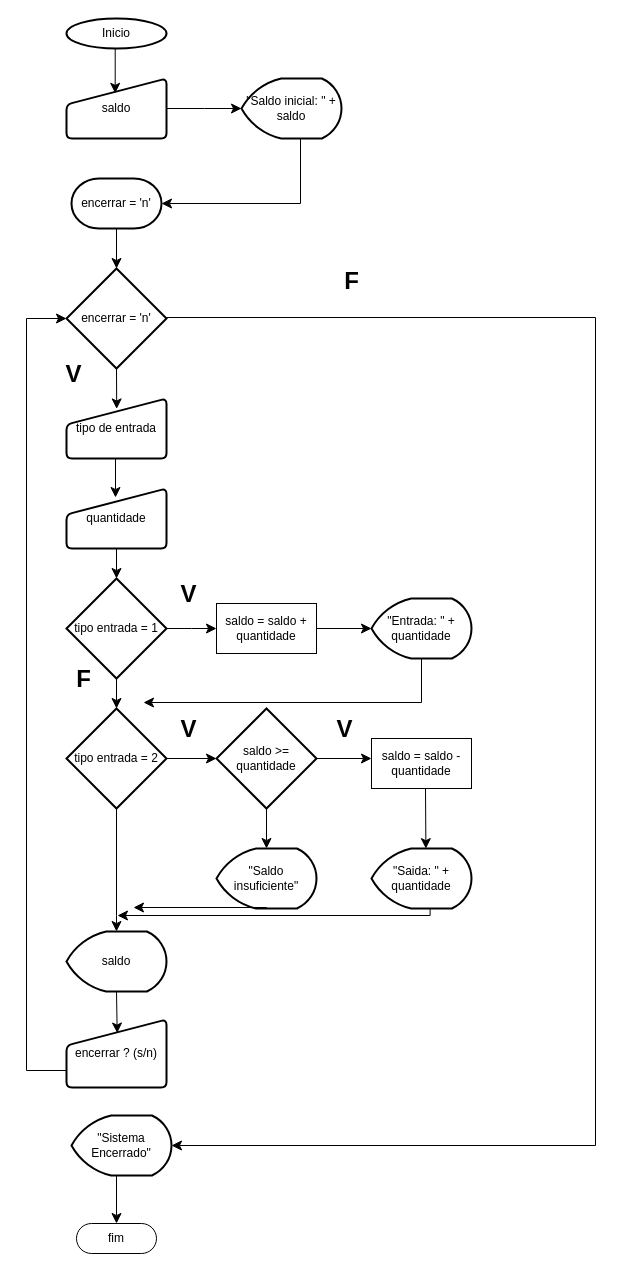
Earlier version of the draw.io diagram Diagrama sem nome.drawio (Guilherme-S-R/NewUpdates). Source tidied: cells renumbered, new cells numbered last; positions are measured from the earlier drawing's top-left corner, leaving out a move shared by most shapes. Both pictures are drawn from the tidied source at 100%, with x=0, y=0 at pixel (16, 18).
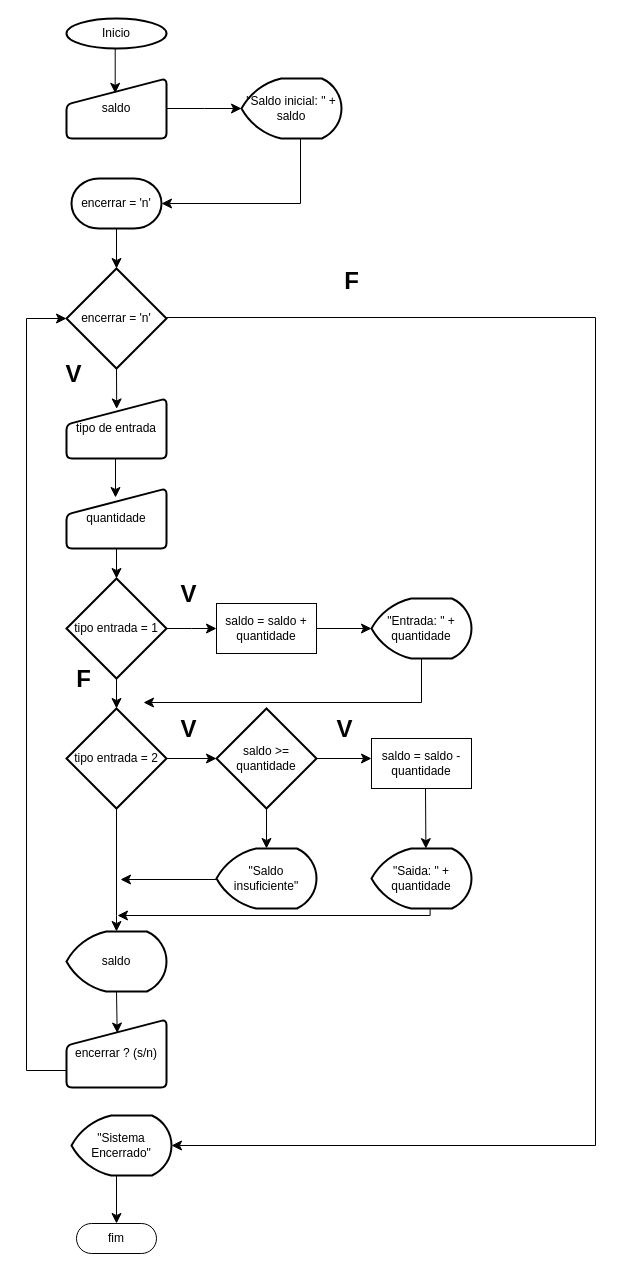
The same diagram, later.

The change refers to these unchanged cells:
```xml
<mxCell id="44" value="&quot;Saldo insuficiente&quot;" style="strokeWidth=2;html=1;shape=mxgraph.flowchart.display;whiteSpace=wrap;" parent="1" vertex="1">
  <mxGeometry x="200" y="830" width="100" height="60" as="geometry" />
</mxCell>
```

Diff of the diagram source:
```diff
@@
-    <mxCell id="46" style="edgeStyle=segmentEdgeStyle;endArrow=classic;html=1;curved=0;rounded=0;endSize=8;startSize=8;exitX=0.5;exitY=1;exitDx=0;exitDy=0;exitPerimeter=0;" parent="1" edge="1" source="44">
+    <mxCell id="46" style="edgeStyle=segmentEdgeStyle;endArrow=classic;html=1;curved=0;rounded=0;endSize=8;startSize=8;" parent="1" edge="1" source="44">
       <mxGeometry relative="1" as="geometry">
-        <mxPoint x="117" y="889" as="targetPoint" />
+        <mxPoint x="104" y="861" as="targetPoint" />
         <Array as="points">
-          <mxPoint x="250" y="889" />
+          <mxPoint x="104" y="860" />
         </Array>
       </mxGeometry>
     </mxCell>
```
